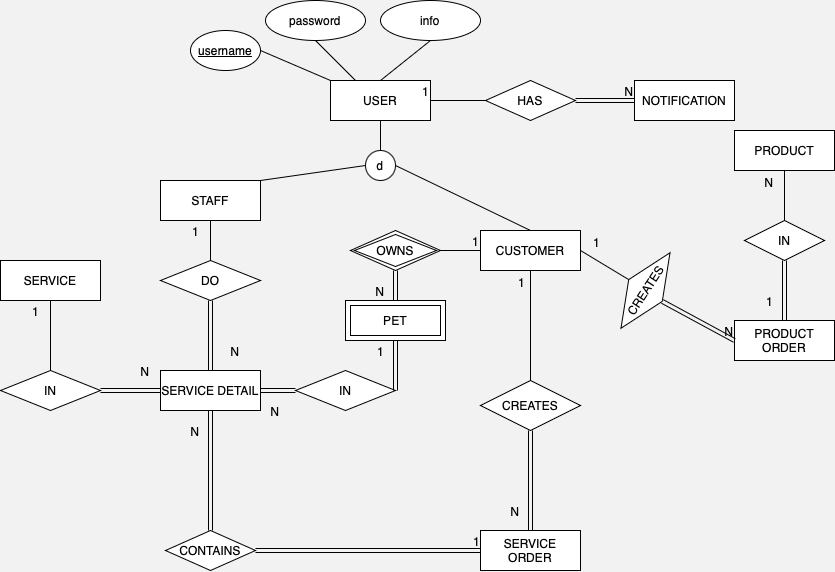
Before: pet-spa-erd.drawio.png, a diagram exported from draw.io (blueonline07/auth-demo). Source tidied: cells renumbered, new cells last; positions are measured from the earlier drawing's top-left corner, leaving out a move shared by most shapes.
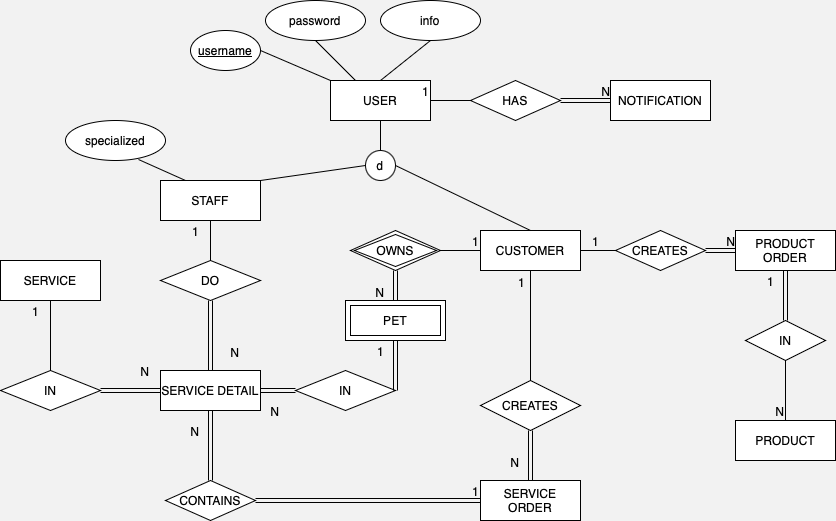
The same diagram one commit later.

Change to the diagram source:
```diff
@@ -18,7 +18,7 @@
       <mxGeometry x="330" y="80" width="100" height="40" as="geometry" />
     </mxCell>
     <mxCell id="7" value="NOTIFICATION" style="whiteSpace=wrap;html=1;align=center;" parent="1" vertex="1">
-      <mxGeometry x="634" y="80" width="100" height="40" as="geometry" />
+      <mxGeometry x="610" y="80" width="100" height="40" as="geometry" />
     </mxCell>
     <mxCell id="8" value="OWNS" style="shape=rhombus;double=1;perimeter=rhombusPerimeter;whiteSpace=wrap;html=1;align=center;" parent="1" vertex="1">
       <mxGeometry x="350" y="230" width="90" height="40" as="geometry" />
@@ -76,7 +76,7 @@
       </mxGeometry>
     </mxCell>
     <mxCell id="23" value="SERVICE ORDER" style="whiteSpace=wrap;html=1;align=center;" parent="1" vertex="1">
-      <mxGeometry x="480" y="530" width="100" height="40" as="geometry" />
+      <mxGeometry x="480" y="480" width="100" height="40" as="geometry" />
     </mxCell>
     <mxCell id="24" style="shape=link;html=1;rounded=0;entryX=0.5;entryY=1;entryDx=0;entryDy=0;exitX=0.5;exitY=0;exitDx=0;exitDy=0;" parent="1" edge="1" source="28" target="11">
       <mxGeometry relative="1" as="geometry" />
@@ -95,7 +95,7 @@
       </mxGeometry>
     </mxCell>
     <mxCell id="28" value="CONTAINS" style="shape=rhombus;perimeter=rhombusPerimeter;whiteSpace=wrap;html=1;align=center;" parent="1" vertex="1">
-      <mxGeometry x="165" y="530" width="90" height="40" as="geometry" />
+      <mxGeometry x="165" y="480" width="90" height="40" as="geometry" />
     </mxCell>
     <mxCell id="29" style="shape=link;html=1;rounded=0;entryX=0;entryY=0.5;entryDx=0;entryDy=0;exitX=1;exitY=0.5;exitDx=0;exitDy=0;" parent="1" edge="1" source="28" target="23">
       <mxGeometry relative="1" as="geometry" />
@@ -119,7 +119,7 @@
       <mxGeometry relative="1" as="geometry" />
     </mxCell>
     <mxCell id="36" value="HAS" style="shape=rhombus;perimeter=rhombusPerimeter;whiteSpace=wrap;html=1;align=center;" parent="1" vertex="1">
-      <mxGeometry x="485" y="80" width="90" height="40" as="geometry" />
+      <mxGeometry x="470" y="80" width="90" height="40" as="geometry" />
     </mxCell>
     <mxCell id="37" style="shape=link;html=1;rounded=0;exitX=1;exitY=0.5;exitDx=0;exitDy=0;entryX=0;entryY=0.5;entryDx=0;entryDy=0;" parent="1" edge="1" source="36" target="7">
       <mxGeometry relative="1" as="geometry" />
@@ -134,34 +134,32 @@
       <mxGeometry x="1" relative="1" as="geometry" />
     </mxCell>
     <mxCell id="41" value="PRODUCT" style="whiteSpace=wrap;html=1;align=center;" parent="1" vertex="1">
-      <mxGeometry x="734" y="130" width="100" height="40" as="geometry" />
+      <mxGeometry x="735" y="420" width="100" height="40" as="geometry" />
     </mxCell>
     <mxCell id="42" value="PRODUCT ORDER" style="whiteSpace=wrap;html=1;align=center;" parent="1" vertex="1">
-      <mxGeometry x="734" y="320" width="100" height="40" as="geometry" />
+      <mxGeometry x="735" y="230" width="100" height="40" as="geometry" />
     </mxCell>
     <mxCell id="43" value="IN" style="shape=rhombus;perimeter=rhombusPerimeter;whiteSpace=wrap;html=1;align=center;" parent="1" vertex="1">
-      <mxGeometry x="744" y="220" width="80" height="40" as="geometry" />
+      <mxGeometry x="745" y="320" width="80" height="40" as="geometry" />
     </mxCell>
-    <mxCell id="44" style="endArrow=none;html=1;rounded=0;entryX=0.5;entryY=1;entryDx=0;entryDy=0;exitX=0.5;exitY=0;exitDx=0;exitDy=0;" parent="1" edge="1" source="43" target="41">
+    <mxCell id="44" style="endArrow=none;html=1;rounded=0;entryX=0.5;entryY=0;entryDx=0;entryDy=0;exitX=0.5;exitY=1;exitDx=0;exitDy=0;" parent="1" edge="1" source="43" target="41">
       <mxGeometry relative="1" as="geometry" />
     </mxCell>
     <mxCell id="45" value="N" style="html=1;whiteSpace=wrap;align=right;verticalAlign=bottom;" parent="44" vertex="1">
-      <mxGeometry x="1" relative="1" as="geometry">
-        <mxPoint x="-10" y="21" as="offset" />
-      </mxGeometry>
+      <mxGeometry x="1" relative="1" as="geometry" />
     </mxCell>
-    <mxCell id="46" style="shape=link;html=1;rounded=0;entryX=0.5;entryY=0;entryDx=0;entryDy=0;exitX=0.5;exitY=1;exitDx=0;exitDy=0;" parent="1" edge="1" source="43" target="42">
+    <mxCell id="46" style="shape=link;html=1;rounded=0;entryX=0.5;entryY=1;entryDx=0;entryDy=0;exitX=0.5;exitY=0;exitDx=0;exitDy=0;" parent="1" edge="1" source="43" target="42">
       <mxGeometry relative="1" as="geometry" />
     </mxCell>
     <mxCell id="47" value="1" style="html=1;whiteSpace=wrap;align=right;verticalAlign=bottom;" parent="46" vertex="1">
       <mxGeometry x="1" relative="1" as="geometry">
-        <mxPoint x="-10" y="-10" as="offset" />
+        <mxPoint x="-10" y="20" as="offset" />
       </mxGeometry>
     </mxCell>
-    <mxCell id="48" value="CREATES" style="shape=rhombus;perimeter=rhombusPerimeter;whiteSpace=wrap;html=1;align=center;rotation=-57;" parent="1" vertex="1">
-      <mxGeometry x="600" y="270" width="90" height="40" as="geometry" />
+    <mxCell id="48" value="CREATES" style="shape=rhombus;perimeter=rhombusPerimeter;whiteSpace=wrap;html=1;align=center;rotation=0;" parent="1" vertex="1">
+      <mxGeometry x="615" y="230" width="90" height="40" as="geometry" />
     </mxCell>
-    <mxCell id="49" style="endArrow=none;html=1;rounded=0;entryX=1;entryY=0.5;entryDx=0;entryDy=0;exitX=0.5;exitY=0;exitDx=0;exitDy=0;" parent="1" edge="1" source="48" target="2">
+    <mxCell id="49" style="endArrow=none;html=1;rounded=0;entryX=1;entryY=0.5;entryDx=0;entryDy=0;exitX=0;exitY=0.5;exitDx=0;exitDy=0;" parent="1" edge="1" source="48" target="2">
       <mxGeometry relative="1" as="geometry" />
     </mxCell>
     <mxCell id="50" value="1" style="html=1;whiteSpace=wrap;align=right;verticalAlign=bottom;" parent="49" vertex="1">
@@ -169,7 +167,7 @@
         <mxPoint x="20" as="offset" />
       </mxGeometry>
     </mxCell>
-    <mxCell id="51" style="shape=link;html=1;rounded=0;entryX=0;entryY=0.5;entryDx=0;entryDy=0;exitX=0.5;exitY=1;exitDx=0;exitDy=0;" parent="1" edge="1" source="48" target="42">
+    <mxCell id="51" style="shape=link;html=1;rounded=0;entryX=0;entryY=0.5;entryDx=0;entryDy=0;exitX=1;exitY=0.5;exitDx=0;exitDy=0;" parent="1" edge="1" source="48" target="42">
       <mxGeometry relative="1" as="geometry" />
     </mxCell>
     <mxCell id="52" value="N" style="html=1;whiteSpace=wrap;align=right;verticalAlign=bottom;" parent="51" vertex="1">
@@ -223,5 +221,11 @@
         <mxPoint x="-10" y="20" as="offset" />
       </mxGeometry>
     </mxCell>
+    <mxCell id="67" value="specialized" style="ellipse;whiteSpace=wrap;html=1;align=center;" parent="1" vertex="1">
+      <mxGeometry x="65" y="120" width="100" height="40" as="geometry" />
+    </mxCell>
+    <mxCell id="68" style="endArrow=none;html=1;rounded=0;exitX=0.25;exitY=0;exitDx=0;exitDy=0;entryX=0.73;entryY=0.975;entryDx=0;entryDy=0;entryPerimeter=0;" parent="1" edge="1" source="5" target="67">
+      <mxGeometry relative="1" as="geometry" />
+    </mxCell>
   </root>
 </mxGraphModel>
```
